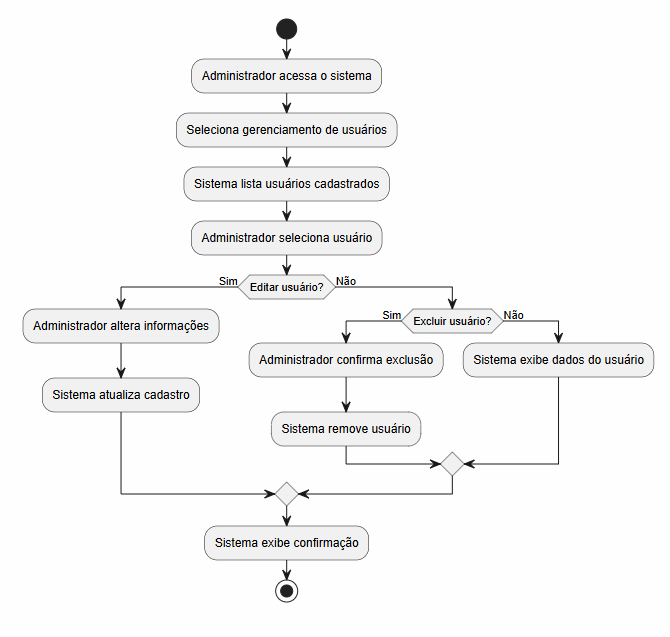
Nathan-Edu/Financa-Facil keeps this PlantUML diagram as docs/modelagem/atividades/cadastro-usuario.png. Above is the earlier version. Its source is kept beside it as docs/modelagem/atividades/cadastro-usuario.puml.
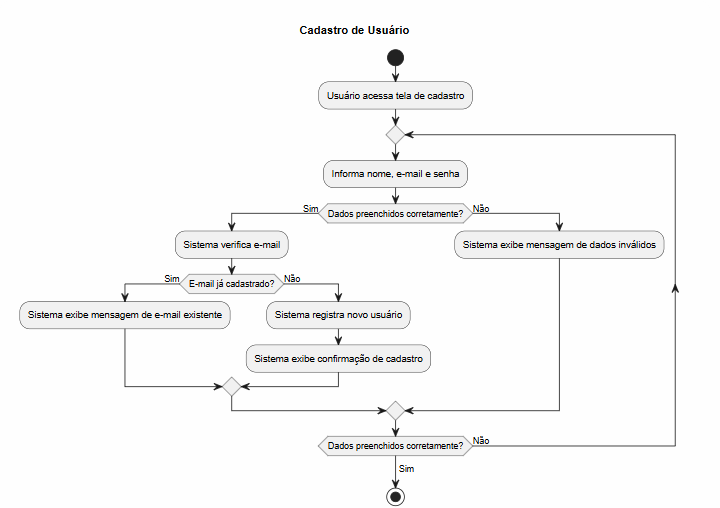
After the commit.

Change to the diagram source:
```diff
@@ -1,22 +1,29 @@
 @startuml
+title Cadastro de Usuário
+
 start
 
 :Usuário acessa tela de cadastro;
-:Informa nome, e-mail e senha;
 
-if (Dados preenchidos corretamente?) then (Sim)
-  :Sistema verifica e-mail;
+repeat
+  :Informa nome, e-mail e senha;
 
-  if (E-mail já cadastrado?) then (Sim)
-    :Sistema exibe mensagem de e-mail existente;
+  if (Dados preenchidos corretamente?) then (Sim)
+    :Sistema verifica e-mail;
+
+    if (E-mail já cadastrado?) then (Sim)
+      :Sistema exibe mensagem de e-mail existente;
+    else (Não)
+      :Sistema registra novo usuário;
+      :Sistema exibe confirmação de cadastro;
+    endif
+
   else (Não)
-    :Sistema registra novo usuário;
-    :Sistema exibe confirmação de cadastro;
+    :Sistema exibe mensagem de dados inválidos;
   endif
 
-else (Não)
-  :Sistema exibe mensagem de dados inválidos;
-endif
+repeat while (Dados preenchidos corretamente?) is (Não)
+-> Sim;
 
 stop
 @enduml
```
